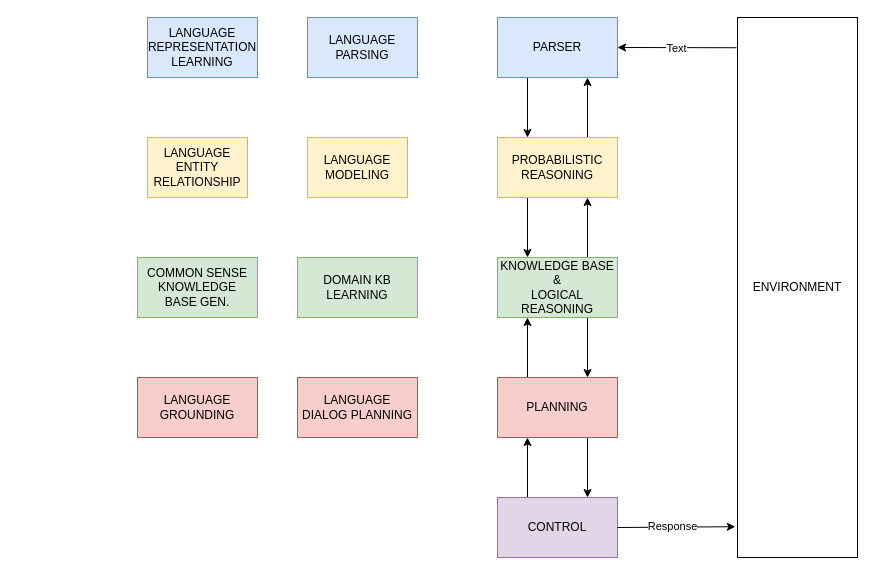
Above: page "architecture" (1 of 3) of lectures/nlp/images/nlp.drawio in pantelis/aiml-common (draw.io), before the change. Source tidied: cells renumbered, new cells numbered last; positions are measured from the earlier drawing's top-left corner, leaving out a move shared by most shapes. Both pictures are drawn from the tidied source at 100%, with x=0, y=0 at pixel (137, 17).
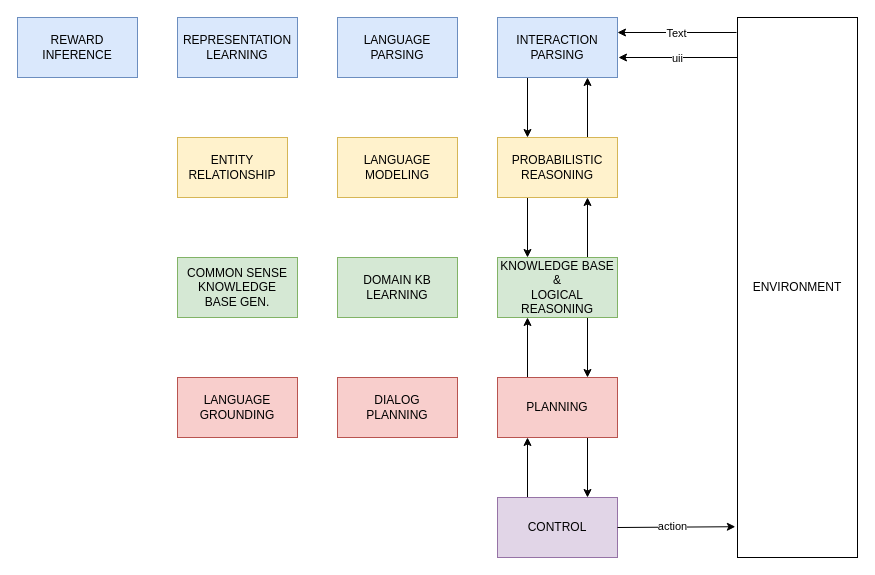
The same diagram, later.

The change refers to these unchanged cells:
```xml
<mxCell id="15" value="ENVIRONMENT" style="rounded=0;whiteSpace=wrap;html=1;" parent="1" vertex="1">
  <mxGeometry x="600" width="120" height="540" as="geometry" />
</mxCell>
<mxCell id="18" style="endArrow=classic;html=1;exitX=1;exitY=0.5;exitDx=0;exitDy=0;entryX=-0.018;entryY=0.943;entryDx=0;entryDy=0;entryPerimeter=0;" parent="1" edge="1" source="8" target="15">
  <mxGeometry relative="1" as="geometry" />
</mxCell>
```

Diff of the diagram source:
```diff
@@
-    <mxCell id="3" value="PARSER" style="rounded=0;whiteSpace=wrap;html=1;fillColor=#dae8fc;strokeColor=#6c8ebf;" parent="1" vertex="1">
+    <mxCell id="3" value="INTERACTION&lt;br&gt;PARSING" style="rounded=0;whiteSpace=wrap;html=1;fillColor=#dae8fc;strokeColor=#6c8ebf;" parent="1" vertex="1">
       <mxGeometry x="360" width="120" height="60" as="geometry" />
     </mxCell>
@@
-    <mxCell id="16" style="endArrow=classic;html=1;entryX=1;entryY=0.5;entryDx=0;entryDy=0;exitX=-0.008;exitY=0.056;exitDx=0;exitDy=0;exitPerimeter=0;" parent="1" edge="1" source="15" target="3">
-      <mxGeometry relative="1" as="geometry" />
+    <mxCell id="16" style="endArrow=classic;html=1;entryX=1;entryY=0.25;entryDx=0;entryDy=0;" parent="1" edge="1" target="3">
+      <mxGeometry relative="1" as="geometry">
+        <mxPoint x="599" y="15" as="sourcePoint" />
+      </mxGeometry>
     </mxCell>
@@
-    <mxCell id="19" value="Response" style="edgeLabel;html=1;align=center;verticalAlign=middle;" parent="18" vertex="1">
+    <mxCell id="19" value="action" style="edgeLabel;html=1;align=center;verticalAlign=middle;" parent="18" vertex="1">
       <mxGeometry x="-0.07" y="1" relative="1" as="geometry" />
     </mxCell>
-    <mxCell id="20" value="LANGUAGE&lt;br&gt;REPRESENTATION&lt;br&gt;LEARNING" style="rounded=0;whiteSpace=wrap;html=1;fontSize=12;fillColor=#dae8fc;strokeColor=#6c8ebf;" parent="1" vertex="1">
-      <mxGeometry x="10" width="110" height="60" as="geometry" />
+    <mxCell id="20" value="REPRESENTATION&lt;br&gt;LEARNING" style="rounded=0;whiteSpace=wrap;html=1;fontSize=12;fillColor=#dae8fc;strokeColor=#6c8ebf;" parent="1" vertex="1">
+      <mxGeometry x="40" width="120" height="60" as="geometry" />
     </mxCell>
     <mxCell id="21" value="LANGUAGE GROUNDING" style="rounded=0;whiteSpace=wrap;html=1;fontSize=12;fillColor=#f8cecc;strokeColor=#b85450;" parent="1" vertex="1">
-      <mxGeometry y="360" width="120" height="60" as="geometry" />
+      <mxGeometry x="40" y="360" width="120" height="60" as="geometry" />
     </mxCell>
     <mxCell id="22" value="COMMON SENSE&lt;br&gt;KNOWLEDGE&lt;br&gt;BASE GEN." style="rounded=0;whiteSpace=wrap;html=1;fillColor=#d5e8d4;strokeColor=#82b366;" parent="1" vertex="1">
-      <mxGeometry y="240" width="120" height="60" as="geometry" />
+      <mxGeometry x="40" y="240" width="120" height="60" as="geometry" />
     </mxCell>
     <mxCell id="23" value="LANGUAGE&lt;br&gt;MODELING" style="rounded=0;whiteSpace=wrap;html=1;fontSize=12;fillColor=#fff2cc;strokeColor=#d6b656;" parent="1" vertex="1">
-      <mxGeometry x="170" y="120" width="100" height="60" as="geometry" />
+      <mxGeometry x="200" y="120" width="120" height="60" as="geometry" />
     </mxCell>
     <mxCell id="24" value="DOMAIN KB&lt;br&gt;LEARNING" style="rounded=0;whiteSpace=wrap;html=1;fillColor=#d5e8d4;strokeColor=#82b366;" parent="1" vertex="1">
-      <mxGeometry x="160" y="240" width="120" height="60" as="geometry" />
+      <mxGeometry x="200" y="240" width="120" height="60" as="geometry" />
     </mxCell>
-    <mxCell id="25" value="LANGUAGE&lt;br&gt;DIALOG PLANNING" style="rounded=0;whiteSpace=wrap;html=1;fontSize=12;fillColor=#f8cecc;strokeColor=#b85450;" parent="1" vertex="1">
-      <mxGeometry x="160" y="360" width="120" height="60" as="geometry" />
+    <mxCell id="25" value="DIALOG &lt;br&gt;PLANNING" style="rounded=0;whiteSpace=wrap;html=1;fontSize=12;fillColor=#f8cecc;strokeColor=#b85450;" parent="1" vertex="1">
+      <mxGeometry x="200" y="360" width="120" height="60" as="geometry" />
     </mxCell>
     <mxCell id="26" value="LANGUAGE&lt;br&gt;PARSING" style="rounded=0;whiteSpace=wrap;html=1;fontSize=12;fillColor=#dae8fc;strokeColor=#6c8ebf;" parent="1" vertex="1">
-      <mxGeometry x="170" width="110" height="60" as="geometry" />
+      <mxGeometry x="200" width="120" height="60" as="geometry" />
     </mxCell>
-    <mxCell id="27" value="LANGUAGE&lt;br&gt;ENTITY RELATIONSHIP" style="rounded=0;whiteSpace=wrap;html=1;fontSize=12;fillColor=#fff2cc;strokeColor=#d6b656;" parent="1" vertex="1">
-      <mxGeometry x="10" y="120" width="100" height="60" as="geometry" />
+    <mxCell id="27" value="ENTITY RELATIONSHIP" style="rounded=0;whiteSpace=wrap;html=1;fontSize=12;fillColor=#fff2cc;strokeColor=#d6b656;" parent="1" vertex="1">
+      <mxGeometry x="40" y="120" width="110" height="60" as="geometry" />
     </mxCell>
+    <mxCell id="28" style="endArrow=classic;html=1;entryX=1;entryY=0.25;entryDx=0;entryDy=0;" parent="1" edge="1">
+      <mxGeometry relative="1" as="geometry">
+        <mxPoint x="600" y="40" as="sourcePoint" />
+        <mxPoint x="481" y="40" as="targetPoint" />
+      </mxGeometry>
+    </mxCell>
+    <mxCell id="29" value="uii" style="edgeLabel;html=1;align=center;verticalAlign=middle;" parent="28" vertex="1">
+      <mxGeometry x="0.03" relative="1" as="geometry" />
+    </mxCell>
+    <mxCell id="30" value="REWARD&lt;br&gt;INFERENCE" style="rounded=0;whiteSpace=wrap;html=1;fontSize=12;fillColor=#dae8fc;strokeColor=#6c8ebf;" parent="1" vertex="1">
+      <mxGeometry x="-120" width="120" height="60" as="geometry" />
+    </mxCell>
```
